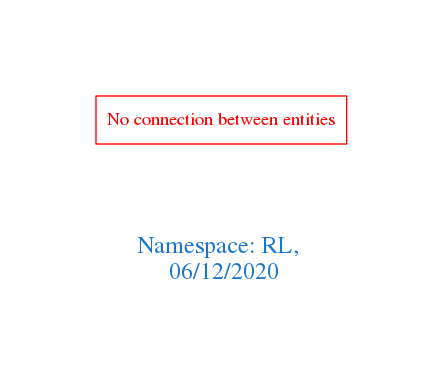
arago/OGIT keeps this Graphviz diagram as downloads/RL.png. Above is the earlier version. Its source is kept beside it as downloads/RL.dot.
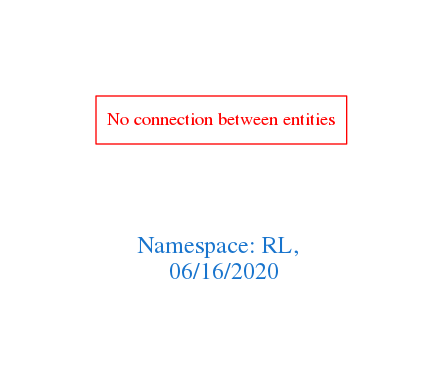
Above is the later version.

Diff of the diagram source:
```diff
@@ -1,7 +1,7 @@
 digraph OGIT_ontology {
  graph [ rankdir= LR,pad=1
 fontsize = 18,
-fontcolor= dodgerblue3,label = "\n\n\nNamespace: RL, \n 06/12/2020"];
+fontcolor= dodgerblue3,label = "\n\n\nNamespace: RL, \n 06/16/2020"];
 node[shape=polygon];
 edge [  color="gray81"];
 
```
